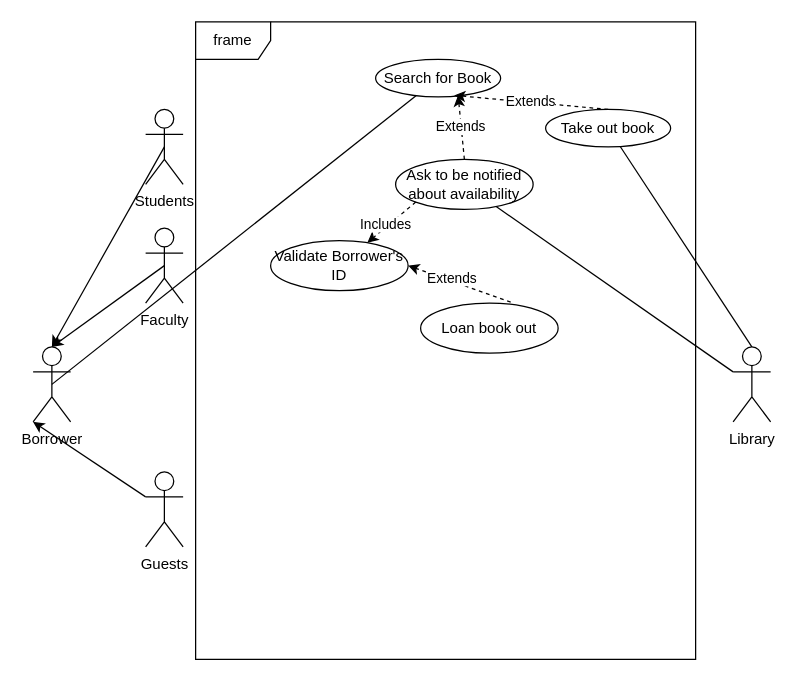
Earlier version of the draw.io diagram week1/UML Use Case Diagram 1.drawio (Darren-ODonnell/BusinessModellingDiagrams). Source tidied: cells renumbered, new cells numbered last; positions are measured from the earlier drawing's top-left corner, leaving out a move shared by most shapes. Both pictures are drawn from the tidied source at 125%, with x=0, y=0 at pixel (32, 21).
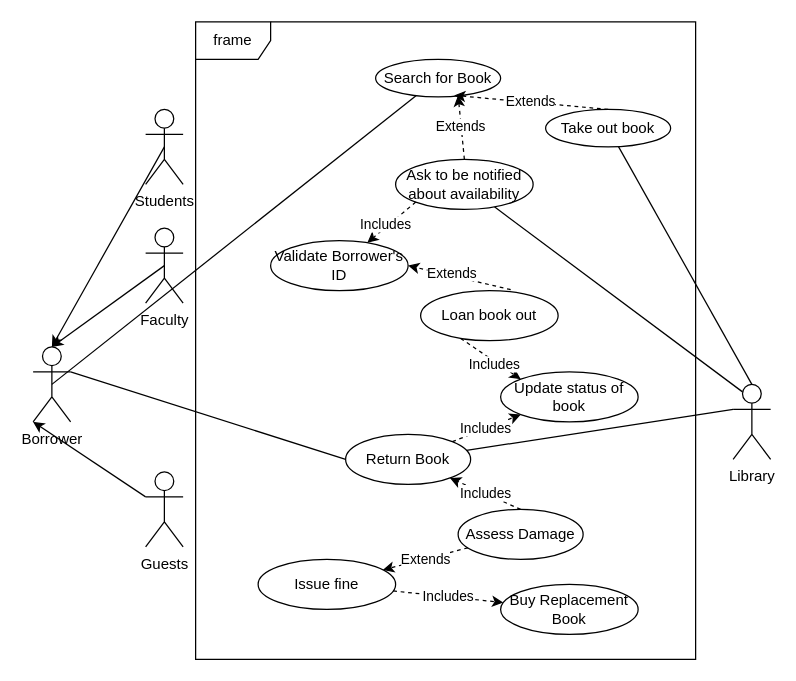
The same diagram, later.

The change refers to these unchanged cells:
```xml
<mxCell id="4" value="Borrower" style="shape=umlActor;verticalLabelPosition=bottom;verticalAlign=top;html=1;" parent="1" vertex="1">
  <mxGeometry y="260" width="30" height="60" as="geometry" />
</mxCell>
<mxCell id="18" value="Ask to be notified about availability" style="ellipse;whiteSpace=wrap;html=1;" parent="1" vertex="1">
  <mxGeometry x="290" y="110" width="110" height="40" as="geometry" />
</mxCell>
```

What changed in the source:
```diff
@@
+    <mxCell id="23" style="edgeStyle=none;rounded=0;jettySize=auto;html=1;exitX=1;exitY=0.3333333333333333;exitDx=0;exitDy=0;exitPerimeter=0;entryX=0;entryY=0.5;entryDx=0;entryDy=0;startArrow=none;startFill=0;endArrow=none;endFill=0;" parent="1" edge="1" source="4" target="28">
+      <mxGeometry relative="1" as="geometry" />
+    </mxCell>
@@
-    <mxCell id="13" style="edgeStyle=none;rounded=0;jettySize=auto;html=1;endArrow=none;endFill=0;" parent="1" edge="1" target="18">
-      <mxGeometry relative="1" as="geometry">
-        <mxPoint x="560" y="280" as="sourcePoint" />
-      </mxGeometry>
+    <mxCell id="13" style="edgeStyle=none;rounded=0;jettySize=auto;html=1;endArrow=none;endFill=0;exitX=0.25;exitY=0.1;exitDx=0;exitDy=0;exitPerimeter=0;" parent="1" edge="1" source="14" target="18">
+      <mxGeometry relative="1" as="geometry" />
     </mxCell>
+    <mxCell id="24" style="edgeStyle=none;rounded=0;jettySize=auto;html=1;exitX=0;exitY=0.3333333333333333;exitDx=0;exitDy=0;exitPerimeter=0;startArrow=none;startFill=0;endArrow=none;endFill=0;" parent="1" edge="1" source="14" target="28">
+      <mxGeometry relative="1" as="geometry" />
+    </mxCell>
     <mxCell id="14" value="Library" style="shape=umlActor;verticalLabelPosition=bottom;verticalAlign=top;html=1;" parent="1" vertex="1">
-      <mxGeometry x="560" y="260" width="30" height="60" as="geometry" />
+      <mxGeometry x="560" y="290" width="30" height="60" as="geometry" />
     </mxCell>
@@
     <mxCell id="19" value="Loan book out" style="ellipse;whiteSpace=wrap;html=1;" parent="1" vertex="1">
-      <mxGeometry x="310" y="225" width="110" height="40" as="geometry" />
+      <mxGeometry x="310" y="215" width="110" height="40" as="geometry" />
     </mxCell>
@@
+    <mxCell id="25" value="Update status of book" style="ellipse;whiteSpace=wrap;html=1;" parent="1" vertex="1">
+      <mxGeometry x="374" y="280" width="110" height="40" as="geometry" />
+    </mxCell>
+    <mxCell id="26" value="Includes" style="edgeStyle=none;rounded=0;jettySize=auto;html=1;exitX=0.291;exitY=0.955;exitDx=0;exitDy=0;dashed=1;exitPerimeter=0;entryX=0;entryY=0;entryDx=0;entryDy=0;" parent="1" edge="1" source="19" target="25">
+      <mxGeometry x="0.17" y="-2" relative="1" as="geometry" />
+    </mxCell>
+    <mxCell id="27" value="Includes" style="edgeStyle=none;rounded=0;jettySize=auto;html=1;exitX=1;exitY=0;exitDx=0;exitDy=0;entryX=0;entryY=1;entryDx=0;entryDy=0;startArrow=none;startFill=0;endArrow=classic;endFill=1;dashed=1;" parent="1" edge="1" source="28" target="25">
+      <mxGeometry relative="1" as="geometry" />
+    </mxCell>
+    <mxCell id="28" value="Return Book" style="ellipse;whiteSpace=wrap;html=1;" parent="1" vertex="1">
+      <mxGeometry x="250" y="330" width="100" height="40" as="geometry" />
+    </mxCell>
+    <mxCell id="29" value="Includes" style="edgeStyle=none;rounded=0;jettySize=auto;html=1;exitX=0.5;exitY=0;exitDx=0;exitDy=0;dashed=1;startArrow=none;startFill=0;endArrow=classic;endFill=1;" parent="1" edge="1" source="31" target="28">
+      <mxGeometry relative="1" as="geometry" />
+    </mxCell>
+    <mxCell id="30" value="Extends" style="edgeStyle=none;rounded=0;jettySize=auto;html=1;dashed=1;startArrow=none;startFill=0;endArrow=classic;endFill=1;" parent="1" edge="1" source="31" target="33">
+      <mxGeometry relative="1" as="geometry" />
+    </mxCell>
+    <mxCell id="31" value="Assess Damage" style="ellipse;whiteSpace=wrap;html=1;" parent="1" vertex="1">
+      <mxGeometry x="340" y="390" width="100" height="40" as="geometry" />
+    </mxCell>
+    <mxCell id="32" value="Includes" style="edgeStyle=none;rounded=0;jettySize=auto;html=1;dashed=1;startArrow=none;startFill=0;endArrow=classic;endFill=1;" parent="1" edge="1" source="33" target="34">
+      <mxGeometry relative="1" as="geometry" />
+    </mxCell>
+    <mxCell id="33" value="Issue fine" style="ellipse;whiteSpace=wrap;html=1;" parent="1" vertex="1">
+      <mxGeometry x="180" y="430" width="110" height="40" as="geometry" />
+    </mxCell>
+    <mxCell id="34" value="Buy Replacement Book" style="ellipse;whiteSpace=wrap;html=1;" parent="1" vertex="1">
+      <mxGeometry x="374" y="450" width="110" height="40" as="geometry" />
+    </mxCell>
```
